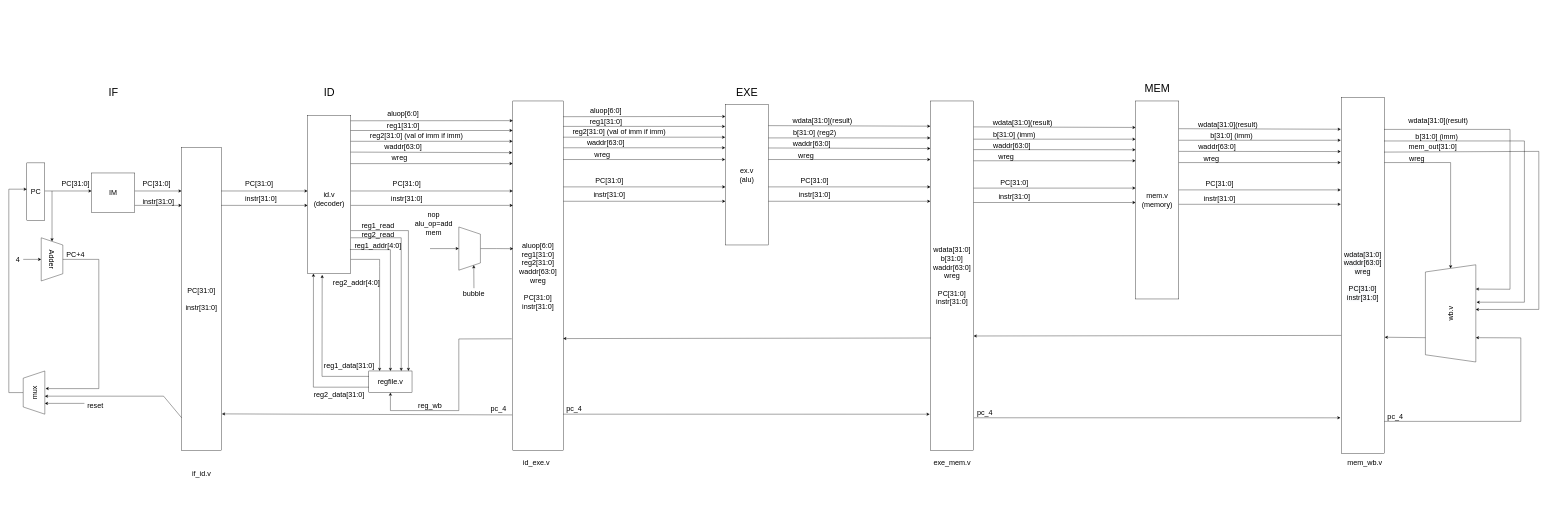
This is Untitled Diagram.drawio from li-ziang/-.cpp, a draw.io file, before an edit. Source tidied: cells renumbered, new cells numbered last; positions are measured from the earlier drawing's top-left corner, leaving out a move shared by most shapes. Both pictures are drawn from the tidied source at 36%, with x=0, y=0 at pixel (9, 83).
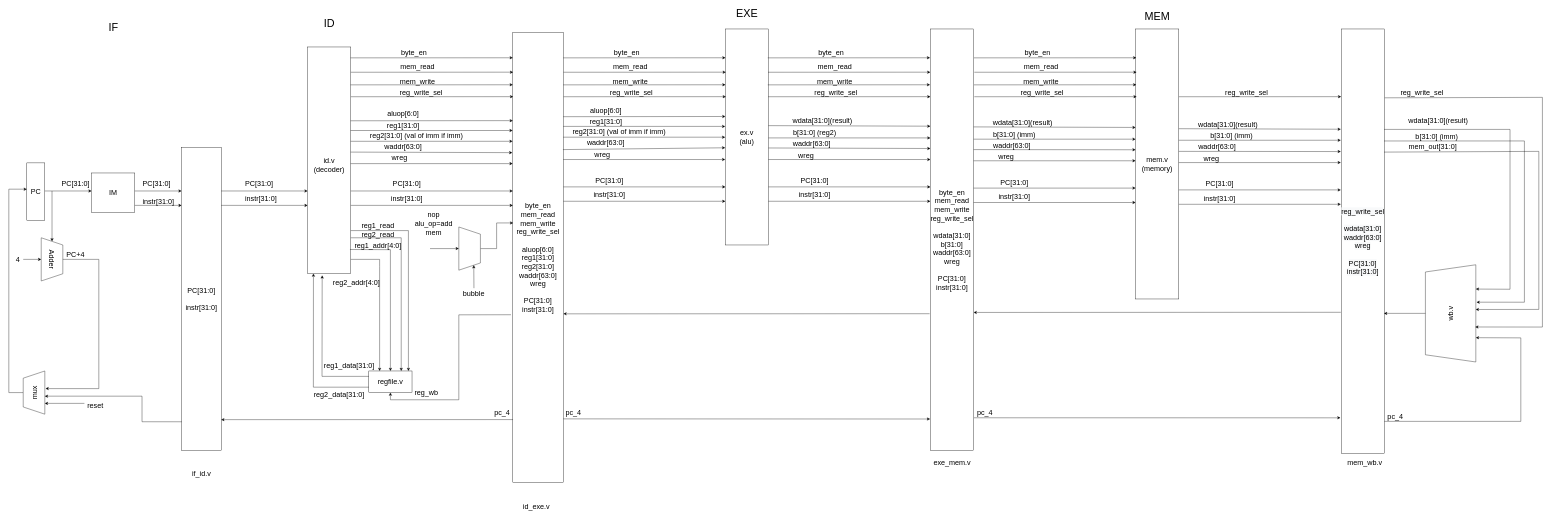
After the change.

Unchanged cells that the change refers to:
```xml
<mxCell id="10" value="&lt;font style=&quot;font-size: 20px&quot;&gt;PC[31:0]&lt;br&gt;&lt;br&gt;instr[31:0]&lt;/font&gt;" style="rounded=0;whiteSpace=wrap;html=1;align=center;" parent="1" vertex="1">
  <mxGeometry x="480" y="180" width="110" height="840" as="geometry" />
</mxCell>
<mxCell id="18" value="regfile.v" style="rounded=0;whiteSpace=wrap;html=1;fontSize=20;align=center;" parent="1" vertex="1">
  <mxGeometry x="1000" y="800" width="120" height="60" as="geometry" />
</mxCell>
<mxCell id="108" value="wb.v" style="shape=trapezoid;perimeter=trapezoidPerimeter;whiteSpace=wrap;html=1;fixedSize=1;fontSize=20;align=center;rotation=-90;" parent="1" vertex="1">
  <mxGeometry x="3870" y="570" width="270" height="140" as="geometry" />
</mxCell>
<mxCell id="135" value="mux" style="shape=trapezoid;perimeter=trapezoidPerimeter;whiteSpace=wrap;html=1;fixedSize=1;fontSize=20;align=center;rotation=-90;" parent="1" vertex="1">
  <mxGeometry x="10" y="830" width="120" height="60" as="geometry" />
</mxCell>
```

Change to the diagram source:
```diff
@@
     <mxCell id="11" value="&lt;font style=&quot;font-size: 30px&quot;&gt;IF&lt;/font&gt;" style="text;html=1;align=center;verticalAlign=middle;strokeColor=none;fillColor=none;" parent="1" vertex="1">
-      <mxGeometry x="270" y="10" width="40" height="30" as="geometry" />
+      <mxGeometry x="270" y="-170" width="40" height="30" as="geometry" />
     </mxCell>
@@
     <mxCell id="17" value="&lt;br&gt;id.v&lt;br&gt;(decoder)" style="rounded=0;whiteSpace=wrap;html=1;fontSize=20;align=center;" parent="1" vertex="1">
-      <mxGeometry x="830" y="90" width="120" height="440" as="geometry" />
+      <mxGeometry x="830" y="-100" width="120" height="630" as="geometry" />
     </mxCell>
@@
     <mxCell id="31" value="&lt;span style=&quot;font-size: 30px&quot;&gt;ID&lt;/span&gt;" style="text;html=1;align=center;verticalAlign=middle;strokeColor=none;fillColor=none;" parent="1" vertex="1">
-      <mxGeometry x="865" y="10" width="50" height="30" as="geometry" />
+      <mxGeometry x="865" y="-180" width="50" height="30" as="geometry" />
     </mxCell>
-    <mxCell id="32" value="aluop[6:0]&lt;br&gt;reg1[31:0]&lt;br&gt;reg2[31:0]&lt;br&gt;waddr[63:0]&lt;br&gt;wreg&lt;br&gt;&lt;br&gt;PC[31:0]&lt;br&gt;instr[31:0]" style="rounded=0;whiteSpace=wrap;html=1;fontSize=20;align=center;" parent="1" vertex="1">
-      <mxGeometry x="1400" y="50" width="140" height="970" as="geometry" />
+    <mxCell id="32" value="byte_en&lt;br&gt;mem_read&lt;br&gt;mem_write&lt;br&gt;reg_write_sel&lt;br&gt;&lt;br&gt;aluop[6:0]&lt;br&gt;reg1[31:0]&lt;br&gt;reg2[31:0]&lt;br&gt;waddr[63:0]&lt;br&gt;wreg&lt;br&gt;&lt;br&gt;PC[31:0]&lt;br&gt;instr[31:0]" style="rounded=0;whiteSpace=wrap;html=1;fontSize=20;align=center;" parent="1" vertex="1">
+      <mxGeometry x="1400" y="-140" width="140" height="1250" as="geometry" />
     </mxCell>
@@
     <mxCell id="37" value="&lt;span style=&quot;font-size: 30px&quot;&gt;EXE&lt;/span&gt;" style="text;html=1;align=center;verticalAlign=middle;strokeColor=none;fillColor=none;" parent="1" vertex="1">
-      <mxGeometry x="2010" y="10" width="80" height="30" as="geometry" />
+      <mxGeometry x="2010" y="-210" width="80" height="30" as="geometry" />
     </mxCell>
@@
     <mxCell id="62" value="id_exe.v" style="text;html=1;align=center;verticalAlign=middle;strokeColor=none;fillColor=none;fontSize=20;" parent="1" vertex="1">
-      <mxGeometry x="1420" y="1040" width="90" height="30" as="geometry" />
+      <mxGeometry x="1420" y="1160" width="90" height="30" as="geometry" />
     </mxCell>
     <mxCell id="63" value="ex.v&lt;br&gt;(alu)" style="rounded=0;whiteSpace=wrap;html=1;fontSize=20;align=center;" parent="1" vertex="1">
-      <mxGeometry x="1990" y="60" width="120" height="390" as="geometry" />
+      <mxGeometry x="1990" y="-150" width="120" height="600" as="geometry" />
     </mxCell>
@@
-    <mxCell id="65" style="endArrow=classic;html=1;rounded=0;fontSize=20;exitX=1.007;exitY=0.134;exitDx=0;exitDy=0;exitPerimeter=0;" parent="1" edge="1" source="32">
+    <mxCell id="65" style="endArrow=classic;html=1;rounded=0;fontSize=20;exitX=0.994;exitY=0.26;exitDx=0;exitDy=0;exitPerimeter=0;" parent="1" edge="1" source="32">
       <mxGeometry relative="1" as="geometry">
         <mxPoint x="1990" y="180" as="targetPoint" />
       </mxGeometry>
     </mxCell>
@@
-    <mxCell id="76" value="wdata[31:0]&lt;br&gt;b[31:0]&lt;br&gt;waddr[63:0]&lt;br&gt;wreg&lt;br&gt;&lt;br&gt;PC[31:0]&lt;br&gt;instr[31:0]" style="rounded=0;whiteSpace=wrap;html=1;fontSize=20;align=center;" parent="1" vertex="1">
-      <mxGeometry x="2560" y="50" width="120" height="970" as="geometry" />
+    <mxCell id="76" value="byte_en&lt;br&gt;mem_read&lt;br&gt;mem_write&lt;br&gt;reg_write_sel&lt;br&gt;&lt;br&gt;wdata[31:0]&lt;br&gt;b[31:0]&lt;br&gt;waddr[63:0]&lt;br&gt;wreg&lt;br&gt;&lt;br&gt;PC[31:0]&lt;br&gt;instr[31:0]" style="rounded=0;whiteSpace=wrap;html=1;fontSize=20;align=center;" parent="1" vertex="1">
+      <mxGeometry x="2560" y="-150" width="120" height="1170" as="geometry" />
     </mxCell>
@@
     <mxCell id="90" value="mem.v&lt;br&gt;(memory)" style="rounded=0;whiteSpace=wrap;html=1;fontSize=20;align=center;" parent="1" vertex="1">
-      <mxGeometry x="3130" y="50" width="120" height="550" as="geometry" />
+      <mxGeometry x="3130" y="-150" width="120" height="750" as="geometry" />
     </mxCell>
     <mxCell id="91" value="&lt;span style=&quot;font-size: 30px&quot;&gt;MEM&lt;/span&gt;" style="text;html=1;align=center;verticalAlign=middle;strokeColor=none;fillColor=none;" parent="1" vertex="1">
-      <mxGeometry x="3145" width="90" height="30" as="geometry" />
+      <mxGeometry x="3145" y="-200" width="90" height="30" as="geometry" />
     </mxCell>
@@
-    <mxCell id="102" value="&lt;span style=&quot;color: rgb(0 , 0 , 0) ; font-family: &amp;#34;helvetica&amp;#34; ; font-size: 20px ; font-style: normal ; font-weight: 400 ; letter-spacing: normal ; text-align: center ; text-indent: 0px ; text-transform: none ; word-spacing: 0px ; background-color: rgb(248 , 249 , 250) ; display: inline ; float: none&quot;&gt;wdata[31:0]&lt;br&gt;&lt;span style=&quot;font-family: &amp;#34;helvetica&amp;#34;&quot;&gt;waddr[63:0]&lt;br&gt;&lt;/span&gt;wreg&lt;br&gt;&lt;br&gt;PC[31:0]&lt;br&gt;instr[31:0]&lt;br&gt;&lt;/span&gt;" style="rounded=0;whiteSpace=wrap;html=1;fontSize=20;align=center;" parent="1" vertex="1">
-      <mxGeometry x="3701" y="40" width="120" height="990" as="geometry" />
+    <mxCell id="102" value="&lt;span style=&quot;color: rgb(0 , 0 , 0) ; font-family: &amp;#34;helvetica&amp;#34; ; font-size: 20px ; font-style: normal ; font-weight: 400 ; letter-spacing: normal ; text-align: center ; text-indent: 0px ; text-transform: none ; word-spacing: 0px ; background-color: rgb(248 , 249 , 250) ; display: inline ; float: none&quot;&gt;reg_write_sel&lt;br&gt;&lt;br&gt;wdata[31:0]&lt;br&gt;&lt;span style=&quot;font-family: &amp;#34;helvetica&amp;#34;&quot;&gt;waddr[63:0]&lt;br&gt;&lt;/span&gt;wreg&lt;br&gt;&lt;br&gt;PC[31:0]&lt;br&gt;instr[31:0]&lt;br&gt;&lt;/span&gt;" style="rounded=0;whiteSpace=wrap;html=1;fontSize=20;align=center;" parent="1" vertex="1">
+      <mxGeometry x="3701" y="-150" width="120" height="1180" as="geometry" />
     </mxCell>
@@
-    <mxCell id="109" value="wreg" style="text;html=1;align=center;verticalAlign=middle;strokeColor=none;fillColor=none;fontSize=20;" parent="1" vertex="1">
-      <mxGeometry x="3880.5" y="195" width="60" height="30" as="geometry" />
-    </mxCell>
-    <mxCell id="110" style="endArrow=classic;html=1;rounded=0;fontSize=20;entryX=1;entryY=0.5;entryDx=0;entryDy=0;" parent="1" edge="1" target="108">
-      <mxGeometry relative="1" as="geometry">
-        <mxPoint x="3821" y="221.1" as="sourcePoint" />
-        <Array as="points">
-          <mxPoint x="4005" y="221" />
-        </Array>
-      </mxGeometry>
-    </mxCell>
@@
-    <mxCell id="115" style="endArrow=classic;html=1;rounded=0;fontSize=20;entryX=-0.017;entryY=0.897;entryDx=0;entryDy=0;entryPerimeter=0;" parent="1" edge="1" target="76">
+    <mxCell id="115" style="endArrow=classic;html=1;rounded=0;fontSize=20;entryX=-0.007;entryY=0.926;entryDx=0;entryDy=0;entryPerimeter=0;" parent="1" edge="1" target="76">
       <mxGeometry relative="1" as="geometry">
-        <mxPoint x="1540" y="920" as="sourcePoint" />
+        <mxPoint x="1540" y="933" as="sourcePoint" />
       </mxGeometry>
     </mxCell>
     <mxCell id="116" value="pc_4" style="text;html=1;align=center;verticalAlign=middle;strokeColor=none;fillColor=none;fontSize=20;" parent="1" vertex="1">
-      <mxGeometry x="1540" y="890" width="60" height="30" as="geometry" />
+      <mxGeometry x="1538" y="900" width="60" height="30" as="geometry" />
     </mxCell>
@@
-    <mxCell id="121" style="endArrow=classic;html=1;rounded=0;fontSize=20;exitX=0.25;exitY=0;exitDx=0;exitDy=0;entryX=1.008;entryY=0.673;entryDx=0;entryDy=0;entryPerimeter=0;" parent="1" edge="1" source="108" target="102">
-      <mxGeometry relative="1" as="geometry" />
+    <mxCell id="121" style="endArrow=classic;html=1;rounded=0;fontSize=20;exitX=0.5;exitY=0;exitDx=0;exitDy=0;" parent="1" edge="1" source="108">
+      <mxGeometry relative="1" as="geometry">
+        <mxPoint x="3820" y="640" as="targetPoint" />
+      </mxGeometry>
     </mxCell>
-    <mxCell id="122" style="endArrow=classic;html=1;rounded=0;fontSize=20;exitX=0.25;exitY=0;exitDx=0;exitDy=0;entryX=1;entryY=0.673;entryDx=0;entryDy=0;entryPerimeter=0;" parent="1" edge="1" target="76">
+    <mxCell id="122" style="endArrow=classic;html=1;rounded=0;fontSize=20;entryX=1;entryY=0.673;entryDx=0;entryDy=0;entryPerimeter=0;" parent="1" edge="1" target="76">
       <mxGeometry relative="1" as="geometry">
-        <mxPoint x="3701" y="701.2" as="sourcePoint" />
+        <mxPoint x="3700" y="637" as="sourcePoint" />
       </mxGeometry>
     </mxCell>
-    <mxCell id="123" style="endArrow=classic;html=1;rounded=0;fontSize=20;exitX=0.25;exitY=0;exitDx=0;exitDy=0;entryX=1;entryY=0.673;entryDx=0;entryDy=0;entryPerimeter=0;" parent="1" edge="1">
-      <mxGeometry relative="1" as="geometry">
-        <mxPoint x="2561" y="708.4" as="sourcePoint" />
-        <mxPoint x="1540" y="710" as="targetPoint" />
-      </mxGeometry>
+    <mxCell id="123" style="endArrow=classic;html=1;rounded=0;fontSize=20;exitX=-0.019;exitY=0.676;exitDx=0;exitDy=0;entryX=1.004;entryY=0.625;entryDx=0;entryDy=0;entryPerimeter=0;exitPerimeter=0;" parent="1" edge="1" source="76" target="32">
+      <mxGeometry relative="1" as="geometry" />
     </mxCell>
-    <mxCell id="124" style="endArrow=classic;html=1;rounded=0;fontSize=20;exitX=-0.021;exitY=0.681;exitDx=0;exitDy=0;exitPerimeter=0;entryX=0.5;entryY=1;entryDx=0;entryDy=0;" parent="1" edge="1" source="32" target="18">
+    <mxCell id="124" style="endArrow=classic;html=1;rounded=0;fontSize=20;exitX=-0.037;exitY=0.627;exitDx=0;exitDy=0;exitPerimeter=0;entryX=0.5;entryY=1;entryDx=0;entryDy=0;" parent="1" edge="1" source="32" target="18">
       <mxGeometry relative="1" as="geometry">
         <Array as="points">
-          <mxPoint x="1250" y="711" />
-          <mxPoint x="1250" y="910" />
-          <mxPoint x="1060" y="910" />
+          <mxPoint x="1250" y="644" />
+          <mxPoint x="1250" y="880" />
+          <mxPoint x="1060" y="880" />
         </Array>
       </mxGeometry>
     </mxCell>
     <mxCell id="125" value="reg_wb" style="text;html=1;strokeColor=none;fillColor=none;align=center;verticalAlign=middle;whiteSpace=wrap;rounded=0;fontSize=20;" parent="1" vertex="1">
-      <mxGeometry x="1140" y="880" width="60" height="30" as="geometry" />
+      <mxGeometry x="1130" y="845" width="60" height="30" as="geometry" />
     </mxCell>
-    <mxCell id="126" style="endArrow=classic;html=1;rounded=0;fontSize=20;exitX=-0.014;exitY=0.899;exitDx=0;exitDy=0;exitPerimeter=0;entryX=1.018;entryY=0.88;entryDx=0;entryDy=0;entryPerimeter=0;" parent="1" edge="1" source="32" target="10">
+    <mxCell id="126" style="endArrow=classic;html=1;rounded=0;fontSize=20;exitX=1.01;exitY=1.167;exitDx=0;exitDy=0;exitPerimeter=0;entryX=1;entryY=0.899;entryDx=0;entryDy=0;entryPerimeter=0;" parent="1" edge="1" source="127" target="10">
       <mxGeometry relative="1" as="geometry" />
     </mxCell>
     <mxCell id="127" value="pc_4" style="text;html=1;align=center;verticalAlign=middle;points=[];strokeColor=none;fillColor=none;fontSize=20;" parent="1" vertex="1">
-      <mxGeometry x="1330" y="890" width="60" height="30" as="geometry" />
+      <mxGeometry x="1340" y="900" width="60" height="30" as="geometry" />
     </mxCell>
@@
-    <mxCell id="136" style="endArrow=classic;html=1;rounded=0;fontSize=20;entryX=0.417;entryY=1;entryDx=0;entryDy=0;entryPerimeter=0;" parent="1" edge="1" target="135">
+    <mxCell id="136" style="endArrow=classic;html=1;rounded=0;fontSize=20;entryX=0.417;entryY=1;entryDx=0;entryDy=0;entryPerimeter=0;exitX=0.005;exitY=0.906;exitDx=0;exitDy=0;exitPerimeter=0;" parent="1" edge="1" source="10" target="135">
       <mxGeometry relative="1" as="geometry">
-        <mxPoint x="480" y="930" as="sourcePoint" />
         <Array as="points">
-          <mxPoint x="430" y="870" />
+          <mxPoint x="370" y="941" />
+          <mxPoint x="370" y="870" />
         </Array>
       </mxGeometry>
     </mxCell>
@@
+    <mxCell id="145" style="endArrow=classic;html=1;rounded=0;fontSize=20;exitX=0.993;exitY=0.167;exitDx=0;exitDy=0;exitPerimeter=0;" parent="1" edge="1" source="17">
+      <mxGeometry relative="1" as="geometry">
+        <mxPoint x="1400" y="5" as="targetPoint" />
+      </mxGeometry>
+    </mxCell>
+    <mxCell id="146" style="endArrow=classic;html=1;rounded=0;fontSize=20;exitX=0.993;exitY=0.167;exitDx=0;exitDy=0;exitPerimeter=0;" parent="1" edge="1">
+      <mxGeometry relative="1" as="geometry">
+        <mxPoint x="950.2" y="38.2" as="sourcePoint" />
+        <mxPoint x="1401" y="38" as="targetPoint" />
+      </mxGeometry>
+    </mxCell>
+    <mxCell id="147" style="endArrow=classic;html=1;rounded=0;fontSize=20;exitX=0.993;exitY=0.167;exitDx=0;exitDy=0;exitPerimeter=0;" parent="1" edge="1">
+      <mxGeometry relative="1" as="geometry">
+        <mxPoint x="950" y="-29.8" as="sourcePoint" />
+        <mxPoint x="1400.8" y="-30" as="targetPoint" />
+      </mxGeometry>
+    </mxCell>
+    <mxCell id="148" style="endArrow=classic;html=1;rounded=0;fontSize=20;exitX=0.993;exitY=0.167;exitDx=0;exitDy=0;exitPerimeter=0;" parent="1" edge="1">
+      <mxGeometry relative="1" as="geometry">
+        <mxPoint x="949.2" y="-69.8" as="sourcePoint" />
+        <mxPoint x="1400" y="-70" as="targetPoint" />
+      </mxGeometry>
+    </mxCell>
+    <mxCell id="149" value="byte_en" style="text;html=1;align=center;verticalAlign=middle;strokeColor=none;fillColor=none;fontSize=20;" parent="1" vertex="1">
+      <mxGeometry x="1080" y="-100" width="90" height="30" as="geometry" />
+    </mxCell>
+    <mxCell id="150" value="mem_read" style="text;html=1;align=center;verticalAlign=middle;strokeColor=none;fillColor=none;fontSize=20;" parent="1" vertex="1">
+      <mxGeometry x="1080" y="-60" width="110" height="30" as="geometry" />
+    </mxCell>
+    <mxCell id="151" value="mem_write" style="text;html=1;align=center;verticalAlign=middle;strokeColor=none;fillColor=none;fontSize=20;" parent="1" vertex="1">
+      <mxGeometry x="1080" y="-20" width="110" height="30" as="geometry" />
+    </mxCell>
+    <mxCell id="152" value="reg_write_sel" style="text;html=1;align=center;verticalAlign=middle;strokeColor=none;fillColor=none;fontSize=20;" parent="1" vertex="1">
+      <mxGeometry x="1080" y="10" width="130" height="30" as="geometry" />
+    </mxCell>
+    <mxCell id="153" style="endArrow=classic;html=1;rounded=0;fontSize=20;exitX=0.993;exitY=0.167;exitDx=0;exitDy=0;exitPerimeter=0;" parent="1" edge="1">
+      <mxGeometry relative="1" as="geometry">
+        <mxPoint x="1540" y="5.2" as="sourcePoint" />
+        <mxPoint x="1990.8" y="5" as="targetPoint" />
+      </mxGeometry>
+    </mxCell>
+    <mxCell id="154" style="endArrow=classic;html=1;rounded=0;fontSize=20;exitX=0.993;exitY=0.167;exitDx=0;exitDy=0;exitPerimeter=0;" parent="1" edge="1">
+      <mxGeometry relative="1" as="geometry">
+        <mxPoint x="1541" y="38.2" as="sourcePoint" />
+        <mxPoint x="1991.8" y="38" as="targetPoint" />
+      </mxGeometry>
+    </mxCell>
+    <mxCell id="155" style="endArrow=classic;html=1;rounded=0;fontSize=20;exitX=0.993;exitY=0.167;exitDx=0;exitDy=0;exitPerimeter=0;" parent="1" edge="1">
+      <mxGeometry relative="1" as="geometry">
+        <mxPoint x="1540.8" y="-29.8" as="sourcePoint" />
+        <mxPoint x="1991.7" y="-30" as="targetPoint" />
+      </mxGeometry>
+    </mxCell>
+    <mxCell id="156" style="endArrow=classic;html=1;rounded=0;fontSize=20;exitX=0.993;exitY=0.167;exitDx=0;exitDy=0;exitPerimeter=0;" parent="1" edge="1">
+      <mxGeometry relative="1" as="geometry">
+        <mxPoint x="1540" y="-69.8" as="sourcePoint" />
+        <mxPoint x="1990.8" y="-70" as="targetPoint" />
+      </mxGeometry>
+    </mxCell>
+    <mxCell id="157" value="byte_en" style="text;html=1;align=center;verticalAlign=middle;strokeColor=none;fillColor=none;fontSize=20;" parent="1" vertex="1">
+      <mxGeometry x="1670.8" y="-100" width="90" height="30" as="geometry" />
+    </mxCell>
+    <mxCell id="158" value="mem_read" style="text;html=1;align=center;verticalAlign=middle;strokeColor=none;fillColor=none;fontSize=20;" parent="1" vertex="1">
+      <mxGeometry x="1670.8" y="-60" width="110" height="30" as="geometry" />
+    </mxCell>
+    <mxCell id="159" value="mem_write" style="text;html=1;align=center;verticalAlign=middle;strokeColor=none;fillColor=none;fontSize=20;" parent="1" vertex="1">
+      <mxGeometry x="1670.8" y="-20" width="110" height="30" as="geometry" />
+    </mxCell>
+    <mxCell id="160" value="reg_write_sel" style="text;html=1;align=center;verticalAlign=middle;strokeColor=none;fillColor=none;fontSize=20;" parent="1" vertex="1">
+      <mxGeometry x="1664" y="10" width="130" height="30" as="geometry" />
+    </mxCell>
+    <mxCell id="161" style="endArrow=classic;html=1;rounded=0;fontSize=20;exitX=0.993;exitY=0.167;exitDx=0;exitDy=0;exitPerimeter=0;" parent="1" edge="1">
+      <mxGeometry relative="1" as="geometry">
+        <mxPoint x="2108.2" y="5.2" as="sourcePoint" />
+        <mxPoint x="2559" y="5" as="targetPoint" />
+      </mxGeometry>
+    </mxCell>
+    <mxCell id="162" style="endArrow=classic;html=1;rounded=0;fontSize=20;exitX=0.993;exitY=0.167;exitDx=0;exitDy=0;exitPerimeter=0;" parent="1" edge="1">
+      <mxGeometry relative="1" as="geometry">
+        <mxPoint x="2109.2" y="38.2" as="sourcePoint" />
+        <mxPoint x="2560" y="38" as="targetPoint" />
+      </mxGeometry>
+    </mxCell>
+    <mxCell id="163" style="endArrow=classic;html=1;rounded=0;fontSize=20;exitX=0.993;exitY=0.167;exitDx=0;exitDy=0;exitPerimeter=0;" parent="1" edge="1">
+      <mxGeometry relative="1" as="geometry">
+        <mxPoint x="2109" y="-29.8" as="sourcePoint" />
+        <mxPoint x="2559.8" y="-30" as="targetPoint" />
+      </mxGeometry>
+    </mxCell>
+    <mxCell id="164" style="endArrow=classic;html=1;rounded=0;fontSize=20;exitX=0.993;exitY=0.167;exitDx=0;exitDy=0;exitPerimeter=0;" parent="1" edge="1">
+      <mxGeometry relative="1" as="geometry">
+        <mxPoint x="2108.2" y="-69.8" as="sourcePoint" />
+        <mxPoint x="2559" y="-70" as="targetPoint" />
+      </mxGeometry>
+    </mxCell>
+    <mxCell id="165" value="byte_en" style="text;html=1;align=center;verticalAlign=middle;strokeColor=none;fillColor=none;fontSize=20;" parent="1" vertex="1">
+      <mxGeometry x="2239" y="-100" width="90" height="30" as="geometry" />
+    </mxCell>
+    <mxCell id="166" value="mem_read" style="text;html=1;align=center;verticalAlign=middle;strokeColor=none;fillColor=none;fontSize=20;" parent="1" vertex="1">
+      <mxGeometry x="2239" y="-60" width="110" height="30" as="geometry" />
+    </mxCell>
+    <mxCell id="167" value="mem_write" style="text;html=1;align=center;verticalAlign=middle;strokeColor=none;fillColor=none;fontSize=20;" parent="1" vertex="1">
+      <mxGeometry x="2239" y="-20" width="110" height="30" as="geometry" />
+    </mxCell>
+    <mxCell id="168" value="reg_write_sel" style="text;html=1;align=center;verticalAlign=middle;strokeColor=none;fillColor=none;fontSize=20;" parent="1" vertex="1">
+      <mxGeometry x="2232.2" y="10" width="130" height="30" as="geometry" />
+    </mxCell>
+    <mxCell id="169" style="endArrow=classic;html=1;rounded=0;fontSize=20;exitX=0.993;exitY=0.167;exitDx=0;exitDy=0;exitPerimeter=0;" parent="1" edge="1">
+      <mxGeometry relative="1" as="geometry">
+        <mxPoint x="2681" y="5.2" as="sourcePoint" />
+        <mxPoint x="3131.9" y="5" as="targetPoint" />
+      </mxGeometry>
+    </mxCell>
+    <mxCell id="170" style="endArrow=classic;html=1;rounded=0;fontSize=20;exitX=0.993;exitY=0.167;exitDx=0;exitDy=0;exitPerimeter=0;" parent="1" edge="1">
+      <mxGeometry relative="1" as="geometry">
+        <mxPoint x="2682" y="38.2" as="sourcePoint" />
+        <mxPoint x="3132.9" y="38" as="targetPoint" />
+      </mxGeometry>
+    </mxCell>
+    <mxCell id="171" style="endArrow=classic;html=1;rounded=0;fontSize=20;exitX=0.993;exitY=0.167;exitDx=0;exitDy=0;exitPerimeter=0;" parent="1" edge="1">
+      <mxGeometry relative="1" as="geometry">
+        <mxPoint x="2681.9" y="-29.8" as="sourcePoint" />
+        <mxPoint x="3132.7" y="-30" as="targetPoint" />
+      </mxGeometry>
+    </mxCell>
+    <mxCell id="172" style="endArrow=classic;html=1;rounded=0;fontSize=20;exitX=0.993;exitY=0.167;exitDx=0;exitDy=0;exitPerimeter=0;" parent="1" edge="1">
+      <mxGeometry relative="1" as="geometry">
+        <mxPoint x="2681" y="-69.8" as="sourcePoint" />
+        <mxPoint x="3131.9" y="-70" as="targetPoint" />
+      </mxGeometry>
+    </mxCell>
+    <mxCell id="173" value="byte_en" style="text;html=1;align=center;verticalAlign=middle;strokeColor=none;fillColor=none;fontSize=20;" parent="1" vertex="1">
+      <mxGeometry x="2811.9" y="-100" width="90" height="30" as="geometry" />
+    </mxCell>
+    <mxCell id="174" value="mem_read" style="text;html=1;align=center;verticalAlign=middle;strokeColor=none;fillColor=none;fontSize=20;" parent="1" vertex="1">
+      <mxGeometry x="2811.9" y="-60" width="110" height="30" as="geometry" />
+    </mxCell>
+    <mxCell id="175" value="mem_write" style="text;html=1;align=center;verticalAlign=middle;strokeColor=none;fillColor=none;fontSize=20;" parent="1" vertex="1">
+      <mxGeometry x="2811.9" y="-20" width="110" height="30" as="geometry" />
+    </mxCell>
+    <mxCell id="176" value="reg_write_sel" style="text;html=1;align=center;verticalAlign=middle;strokeColor=none;fillColor=none;fontSize=20;" parent="1" vertex="1">
+      <mxGeometry x="2805" y="10" width="130" height="30" as="geometry" />
+    </mxCell>
+    <mxCell id="177" style="endArrow=classic;html=1;rounded=0;fontSize=20;exitX=0.993;exitY=0.167;exitDx=0;exitDy=0;exitPerimeter=0;" parent="1" edge="1">
+      <mxGeometry relative="1" as="geometry">
+        <mxPoint x="3250.2" y="38.2" as="sourcePoint" />
+        <mxPoint x="3701" y="38" as="targetPoint" />
+      </mxGeometry>
+    </mxCell>
+    <mxCell id="178" value="reg_write_sel" style="text;html=1;align=center;verticalAlign=middle;strokeColor=none;fillColor=none;fontSize=20;" parent="1" vertex="1">
+      <mxGeometry x="3373.2" y="10" width="130" height="30" as="geometry" />
+    </mxCell>
+    <mxCell id="179" style="endArrow=classic;html=1;rounded=0;fontSize=20;exitX=1.008;exitY=0.162;exitDx=0;exitDy=0;exitPerimeter=0;entryX=0.36;entryY=0.989;entryDx=0;entryDy=0;entryPerimeter=0;" parent="1" edge="1" source="102" target="108">
+      <mxGeometry relative="1" as="geometry">
+        <Array as="points">
+          <mxPoint x="4260" y="40" />
+          <mxPoint x="4260" y="678" />
+        </Array>
+      </mxGeometry>
+    </mxCell>
+    <mxCell id="180" value="reg_write_sel" style="text;html=1;align=center;verticalAlign=middle;strokeColor=none;fillColor=none;fontSize=20;" parent="1" vertex="1">
+      <mxGeometry x="3860" y="10" width="130" height="30" as="geometry" />
+    </mxCell>
```
